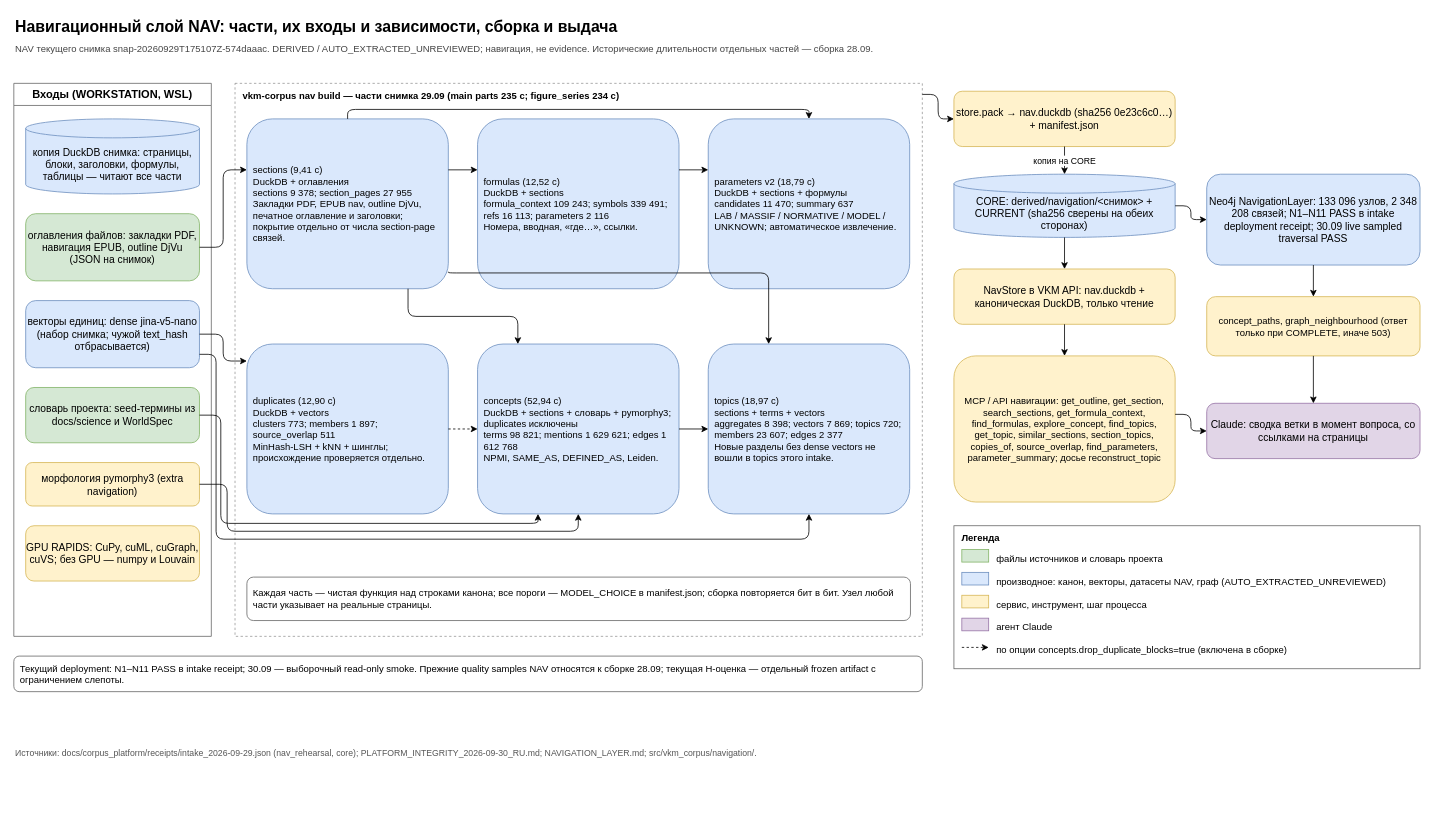
The draw.io diagram docs/diagrams/nav_layer.drawio in SUKUNA-AI/vkm-subsidence-forecasting, before the edit. Source tidied: cells renumbered, new cells numbered last; positions are measured from the earlier drawing's top-left corner, leaving out a move shared by most shapes. Both pictures are drawn from the tidied source at 79%, with x=0, y=0 at pixel (13, 13).
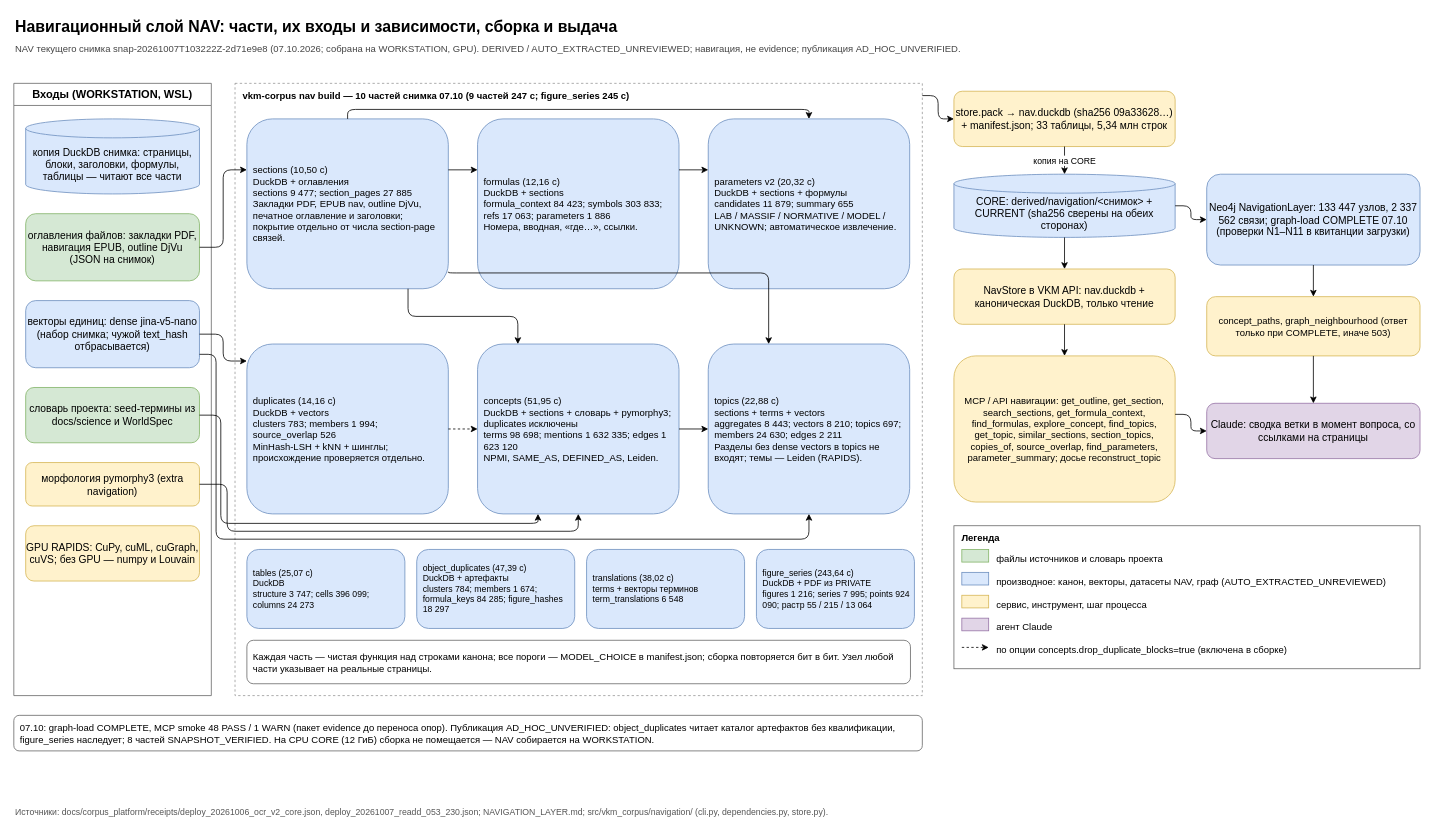
The same page after the edit.

The edit, as a diff of the source:
```diff
@@
-    <mxCell id="3" value="NAV текущего снимка snap-20260929T175107Z-574daaac. DERIVED / AUTO_EXTRACTED_UNREVIEWED; навигация, не evidence. Исторические длительности отдельных частей — сборка 28.09." style="text;align=left;fontColor=#444444;fontSize=12;html=1;verticalAlign=middle;whiteSpace=wrap;" parent="1" vertex="1">
+    <mxCell id="3" value="NAV текущего снимка snap-20261007T103222Z-2d71e9e8 (07.10.2026; собрана на WORKSTATION, GPU). DERIVED / AUTO_EXTRACTED_UNREVIEWED; навигация, не evidence; публикация AD_HOC_UNVERIFIED." style="text;align=left;fontColor=#444444;fontSize=12;html=1;verticalAlign=middle;whiteSpace=wrap;" parent="1" vertex="1">
       <mxGeometry y="32" width="1780" height="25" as="geometry" />
     </mxCell>
     <mxCell id="4" value="Входы (WORKSTATION, WSL)" style="swimlane;fillColor=#ffffff;fontSize=14;fontStyle=1;html=1;rounded=0;startSize=28;strokeColor=#666666;swimlaneFillColor=#ffffff;whiteSpace=wrap;" parent="1" vertex="1">
-      <mxGeometry y="88" width="250" height="700" as="geometry" />
+      <mxGeometry y="88" width="250" height="775" as="geometry" />
     </mxCell>
@@
-    <mxCell id="11" value="vkm-corpus nav build — части снимка 29.09 (main parts 235 с; figure_series 234 с)" style="align=left;dashed=1;fillColor=none;fontSize=12;fontStyle=1;html=1;rounded=0;spacingLeft=8;spacingTop=2;strokeColor=#999999;verticalAlign=top;whiteSpace=wrap;" parent="1" vertex="1">
-      <mxGeometry x="280" y="88" width="870" height="700" as="geometry" />
+    <mxCell id="11" value="vkm-corpus nav build — 10 частей снимка 07.10 (9 частей 247 с; figure_series 245 с)" style="align=left;dashed=1;fillColor=none;fontSize=12;fontStyle=1;html=1;rounded=0;spacingLeft=8;spacingTop=2;strokeColor=#999999;verticalAlign=top;whiteSpace=wrap;" parent="1" vertex="1">
+      <mxGeometry x="280" y="88" width="870" height="775" as="geometry" />
     </mxCell>
-    <mxCell id="12" value="sections (9,41 с)&lt;br&gt;DuckDB + оглавления&lt;br&gt;sections 9 378; section_pages 27 955&lt;br&gt;Закладки PDF, EPUB nav, outline DjVu, печатное оглавление и заголовки; покрытие отдельно от числа section-page связей." style="align=left;fillColor=#dae8fc;fontSize=12;html=1;rounded=1;spacingLeft=6;spacingRight=4;strokeColor=#6c8ebf;whiteSpace=wrap;" parent="11" vertex="1">
+    <mxCell id="12" value="sections (10,50 с)&lt;br&gt;DuckDB + оглавления&lt;br&gt;sections 9 477; section_pages 27 885&lt;br&gt;Закладки PDF, EPUB nav, outline DjVu, печатное оглавление и заголовки; покрытие отдельно от числа section-page связей." style="align=left;fillColor=#dae8fc;fontSize=12;html=1;rounded=1;spacingLeft=6;spacingRight=4;strokeColor=#6c8ebf;whiteSpace=wrap;" parent="11" vertex="1">
       <mxGeometry x="15" y="45" width="255" height="215" as="geometry" />
     </mxCell>
-    <mxCell id="13" value="formulas (12,52 с)&lt;br&gt;DuckDB + sections&lt;br&gt;formula_context 109 243; symbols 339 491; refs 16 113; parameters 2 116&lt;br&gt;Номера, вводная, «где…», ссылки." style="align=left;fillColor=#dae8fc;fontSize=12;html=1;rounded=1;spacingLeft=6;spacingRight=4;strokeColor=#6c8ebf;whiteSpace=wrap;" parent="11" vertex="1">
+    <mxCell id="13" value="formulas (12,16 с)&lt;br&gt;DuckDB + sections&lt;br&gt;formula_context 84 423; symbols 303 833; refs 17 063; parameters 1 886&lt;br&gt;Номера, вводная, «где…», ссылки." style="align=left;fillColor=#dae8fc;fontSize=12;html=1;rounded=1;spacingLeft=6;spacingRight=4;strokeColor=#6c8ebf;whiteSpace=wrap;" parent="11" vertex="1">
       <mxGeometry x="307" y="45" width="255" height="215" as="geometry" />
     </mxCell>
-    <mxCell id="14" value="parameters v2 (18,79 с)&lt;br&gt;DuckDB + sections + формулы&lt;br&gt;candidates 11 470; summary 637&lt;br&gt;LAB / MASSIF / NORMATIVE / MODEL / UNKNOWN; автоматическое извлечение." style="align=left;fillColor=#dae8fc;fontSize=12;html=1;rounded=1;spacingLeft=6;spacingRight=4;strokeColor=#6c8ebf;whiteSpace=wrap;" parent="11" vertex="1">
+    <mxCell id="14" value="parameters v2 (20,32 с)&lt;br&gt;DuckDB + sections + формулы&lt;br&gt;candidates 11 879; summary 655&lt;br&gt;LAB / MASSIF / NORMATIVE / MODEL / UNKNOWN; автоматическое извлечение." style="align=left;fillColor=#dae8fc;fontSize=12;html=1;rounded=1;spacingLeft=6;spacingRight=4;strokeColor=#6c8ebf;whiteSpace=wrap;" parent="11" vertex="1">
       <mxGeometry x="599" y="45" width="255" height="215" as="geometry" />
     </mxCell>
-    <mxCell id="15" value="duplicates (12,90 с)&lt;br&gt;DuckDB + vectors&lt;br&gt;clusters 773; members 1 897; source_overlap 511&lt;br&gt;MinHash-LSH + kNN + шинглы; происхождение проверяется отдельно." style="align=left;fillColor=#dae8fc;fontSize=12;html=1;rounded=1;spacingLeft=6;spacingRight=4;strokeColor=#6c8ebf;whiteSpace=wrap;" parent="11" vertex="1">
+    <mxCell id="15" value="duplicates (14,16 с)&lt;br&gt;DuckDB + vectors&lt;br&gt;clusters 783; members 1 994; source_overlap 526&lt;br&gt;MinHash-LSH + kNN + шинглы; происхождение проверяется отдельно." style="align=left;fillColor=#dae8fc;fontSize=12;html=1;rounded=1;spacingLeft=6;spacingRight=4;strokeColor=#6c8ebf;whiteSpace=wrap;" parent="11" vertex="1">
       <mxGeometry x="15" y="330" width="255" height="215" as="geometry" />
     </mxCell>
-    <mxCell id="16" value="concepts (52,94 с)&lt;br&gt;DuckDB + sections + словарь + pymorphy3; duplicates исключены&lt;br&gt;terms 98 821; mentions 1 629 621; edges 1 612 768&lt;br&gt;NPMI, SAME_AS, DEFINED_AS, Leiden." style="align=left;fillColor=#dae8fc;fontSize=12;html=1;rounded=1;spacingLeft=6;spacingRight=4;strokeColor=#6c8ebf;whiteSpace=wrap;" parent="11" vertex="1">
+    <mxCell id="16" value="concepts (51,95 с)&lt;br&gt;DuckDB + sections + словарь + pymorphy3; duplicates исключены&lt;br&gt;terms 98 698; mentions 1 632 335; edges 1 623 120&lt;br&gt;NPMI, SAME_AS, DEFINED_AS, Leiden." style="align=left;fillColor=#dae8fc;fontSize=12;html=1;rounded=1;spacingLeft=6;spacingRight=4;strokeColor=#6c8ebf;whiteSpace=wrap;" parent="11" vertex="1">
       <mxGeometry x="307" y="330" width="255" height="215" as="geometry" />
     </mxCell>
-    <mxCell id="17" value="topics (18,97 с)&lt;br&gt;sections + terms + vectors&lt;br&gt;aggregates 8 398; vectors 7 869; topics 720; members 23 607; edges 2 377&lt;br&gt;Новые разделы без dense vectors не вошли в topics этого intake." style="align=left;fillColor=#dae8fc;fontSize=12;html=1;rounded=1;spacingLeft=6;spacingRight=4;strokeColor=#6c8ebf;whiteSpace=wrap;" parent="11" vertex="1">
+    <mxCell id="17" value="topics (22,88 с)&lt;br&gt;sections + terms + vectors&lt;br&gt;aggregates 8 443; vectors 8 210; topics 697; members 24 630; edges 2 211&lt;br&gt;Разделы без dense vectors в topics не входят; темы — Leiden (RAPIDS)." style="align=left;fillColor=#dae8fc;fontSize=12;html=1;rounded=1;spacingLeft=6;spacingRight=4;strokeColor=#6c8ebf;whiteSpace=wrap;" parent="11" vertex="1">
       <mxGeometry x="599" y="330" width="255" height="215" as="geometry" />
     </mxCell>
+    <mxCell id="61" value="tables (25,07 с)&lt;br&gt;DuckDB&lt;br&gt;structure 3 747; cells 396 099; columns 24 273" style="align=left;fillColor=#dae8fc;fontSize=11;html=1;rounded=1;spacingLeft=6;spacingRight=4;strokeColor=#6c8ebf;whiteSpace=wrap;" parent="11" vertex="1">
+      <mxGeometry x="15" y="590" width="200" height="100" as="geometry" />
+    </mxCell>
+    <mxCell id="62" value="object_duplicates (47,39 с)&lt;br&gt;DuckDB + артефакты&lt;br&gt;clusters 784; members 1 674; formula_keys 84 285; figure_hashes 18 297" style="align=left;fillColor=#dae8fc;fontSize=11;html=1;rounded=1;spacingLeft=6;spacingRight=4;strokeColor=#6c8ebf;whiteSpace=wrap;" parent="11" vertex="1">
+      <mxGeometry x="230" y="590" width="200" height="100" as="geometry" />
+    </mxCell>
+    <mxCell id="63" value="translations (38,02 с)&lt;br&gt;terms + векторы терминов&lt;br&gt;term_translations 6 548" style="align=left;fillColor=#dae8fc;fontSize=11;html=1;rounded=1;spacingLeft=6;spacingRight=4;strokeColor=#6c8ebf;whiteSpace=wrap;" parent="11" vertex="1">
+      <mxGeometry x="445" y="590" width="200" height="100" as="geometry" />
+    </mxCell>
+    <mxCell id="64" value="figure_series (243,64 с)&lt;br&gt;DuckDB + PDF из PRIVATE&lt;br&gt;figures 1 216; series 7 995; points 924 090; растр 55 / 215 / 13 064" style="align=left;fillColor=#dae8fc;fontSize=11;html=1;rounded=1;spacingLeft=6;spacingRight=4;strokeColor=#6c8ebf;whiteSpace=wrap;" parent="11" vertex="1">
+      <mxGeometry x="660" y="590" width="200" height="100" as="geometry" />
+    </mxCell>
     <mxCell id="18" value="Каждая часть — чистая функция над строками канона; все пороги — MODEL_CHOICE в manifest.json; сборка повторяется бит в бит. Узел любой части указывает на реальные страницы." style="align=left;fillColor=#ffffff;fontSize=12;html=1;rounded=1;spacingLeft=6;spacingRight=4;strokeColor=#666666;whiteSpace=wrap;" parent="11" vertex="1">
-      <mxGeometry x="15" y="625" width="840" height="55" as="geometry" />
+      <mxGeometry x="15" y="705" width="840" height="55" as="geometry" />
     </mxCell>
-    <mxCell id="19" value="store.pack → nav.duckdb (sha256 0e23c6c0…) + manifest.json" style="fillColor=#fff2cc;fontSize=13;html=1;rounded=1;strokeColor=#d6b656;whiteSpace=wrap;" parent="1" vertex="1">
+    <mxCell id="19" value="store.pack → nav.duckdb (sha256 09a33628…) + manifest.json; 33 таблицы, 5,34 млн строк" style="fillColor=#fff2cc;fontSize=13;html=1;rounded=1;strokeColor=#d6b656;whiteSpace=wrap;" parent="1" vertex="1">
       <mxGeometry x="1190" y="98" width="280" height="70" as="geometry" />
     </mxCell>
@@
-    <mxCell id="22" value="Neo4j NavigationLayer: 133 096 узлов, 2 348 208 связей; N1–N11 PASS в intake deployment receipt; 30.09 live sampled traversal PASS" style="fillColor=#dae8fc;fontSize=13;html=1;rounded=1;strokeColor=#6c8ebf;whiteSpace=wrap;" parent="1" vertex="1">
+    <mxCell id="22" value="Neo4j NavigationLayer: 133 447 узлов, 2 337 562 связи; graph-load COMPLETE 07.10 (проверки N1–N11 в квитанции загрузки)" style="fillColor=#dae8fc;fontSize=13;html=1;rounded=1;strokeColor=#6c8ebf;whiteSpace=wrap;" parent="1" vertex="1">
       <mxGeometry x="1510" y="203" width="270" height="115" as="geometry" />
     </mxCell>
@@
-    <mxCell id="26" value="Текущий deployment: N1–N11 PASS в intake receipt; 30.09 — выборочный read-only smoke. Прежние quality samples NAV относятся к сборке 28.09; текущая H-оценка — отдельный frozen artifact с ограничением слепоты." style="align=left;fillColor=#ffffff;fontSize=12;html=1;rounded=1;spacingLeft=6;spacingRight=4;strokeColor=#666666;whiteSpace=wrap;" parent="1" vertex="1">
-      <mxGeometry y="813" width="1150" height="45" as="geometry" />
+    <mxCell id="26" value="07.10: graph-load COMPLETE, MCP smoke 48 PASS / 1 WARN (пакет evidence до переноса опор). Публикация AD_HOC_UNVERIFIED: object_duplicates читает каталог артефактов без квалификации, figure_series наследует; 8 частей SNAPSHOT_VERIFIED. На CPU CORE (12 ГиБ) сборка не помещается — NAV собирается на WORKSTATION." style="align=left;fillColor=#ffffff;fontSize=12;html=1;rounded=1;spacingLeft=6;spacingRight=4;strokeColor=#666666;whiteSpace=wrap;" parent="1" vertex="1">
+      <mxGeometry y="888" width="1150" height="45" as="geometry" />
     </mxCell>
@@
-    <mxCell id="39" value="Источники: docs/corpus_platform/receipts/intake_2026-09-29.json (nav_rehearsal, core); PLATFORM_INTEGRITY_2026-09-30_RU.md; NAVIGATION_LAYER.md; src/vkm_corpus/navigation/." style="text;align=left;fontColor=#555555;fontSize=11;html=1;verticalAlign=middle;whiteSpace=wrap;" parent="1" vertex="1">
-      <mxGeometry y="923" width="1780" height="25" as="geometry" />
+    <mxCell id="39" value="Источники: docs/corpus_platform/receipts/deploy_20261006_ocr_v2_core.json, deploy_20261007_readd_053_230.json; NAVIGATION_LAYER.md; src/vkm_corpus/navigation/ (cli.py, dependencies.py, store.py)." style="text;align=left;fontColor=#555555;fontSize=11;html=1;verticalAlign=middle;whiteSpace=wrap;" parent="1" vertex="1">
+      <mxGeometry y="998" width="1780" height="25" as="geometry" />
     </mxCell>
```
